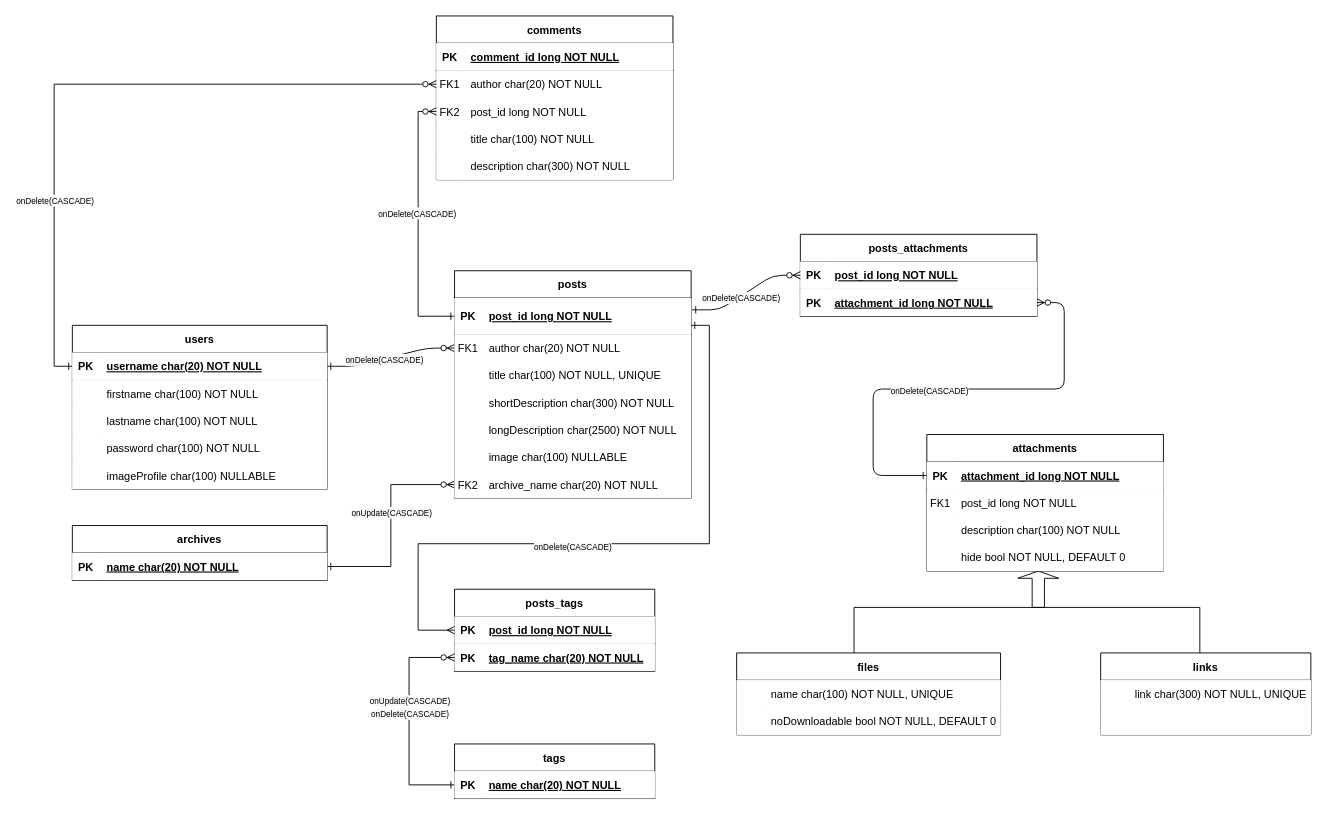
Before: Modello DB.drawio in lorenzofratini1998/ADVProgramming_Project, a draw.io diagram. Source tidied: cells renumbered, new cells numbered last; positions are measured from the earlier drawing's top-left corner, leaving out a move shared by most shapes. Both pictures are drawn from the tidied source at 91%, with x=0, y=0 at pixel (72, 15).
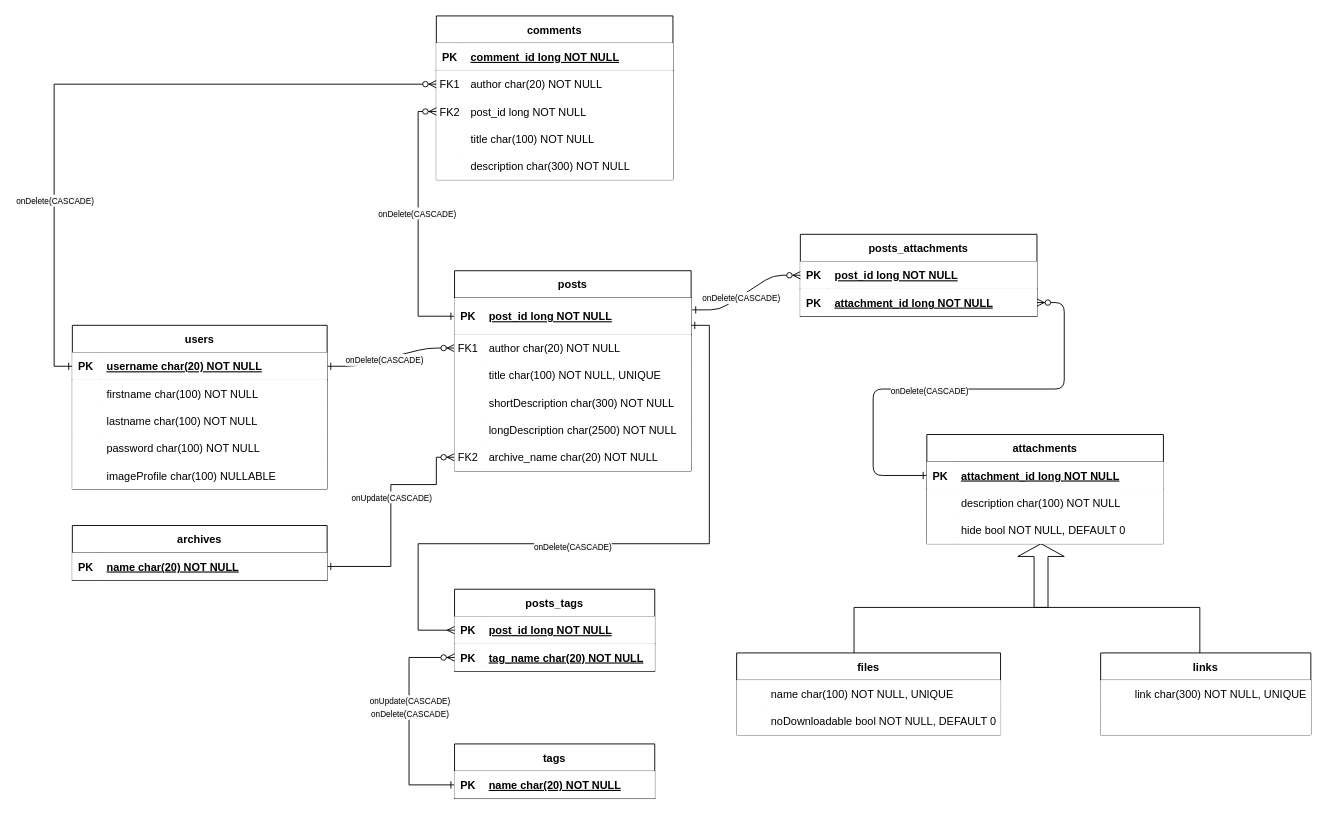
After the change.

The change refers to these unchanged cells:
```xml
<mxCell id="120" style="shape=partialRectangle;points=[[0,0.5],[1,0.5]];portConstraint=eastwest;top=0;left=0;right=0;bottom=1;" parent="119" vertex="1">
  <mxGeometry y="30" width="280" height="30" as="geometry" />
</mxCell>
```

What changed in the source:
```diff
@@
     <mxCell id="24" style="edgeStyle=orthogonalEdgeStyle;rounded=0;jettySize=auto;html=1;exitX=1;exitY=0.5;exitDx=0;exitDy=0;entryX=0;entryY=0.5;entryDx=0;entryDy=0;startArrow=ERone;startFill=0;endArrow=ERzeroToMany;endFill=1;fillColor=#FFFF33;" parent="1" edge="1" source="120" target="47">
       <mxGeometry relative="1" as="geometry">
         <Array as="points">
           <mxPoint x="350" y="605" />
           <mxPoint x="350" y="515" />
+          <mxPoint x="400" y="515" />
+          <mxPoint x="400" y="485" />
         </Array>
       </mxGeometry>
     </mxCell>
@@
     <mxCell id="26" style="shape=singleArrow;direction=north;whiteSpace=wrap;html=1;" parent="1" vertex="1">
-      <mxGeometry x="1039" y="610" width="45" height="40" as="geometry" />
+      <mxGeometry x="1039" y="580" width="51" height="70" as="geometry" />
     </mxCell>
@@
     <mxCell id="28" value="posts" style="shape=table;startSize=30;childLayout=tableLayout;rowLines=0;fontStyle=1;align=center;" parent="1" vertex="1">
-      <mxGeometry x="420" y="280" width="260" height="250" as="geometry" />
+      <mxGeometry x="420" y="280" width="260" height="220" as="geometry" />
     </mxCell>
@@
-    <mxCell id="44" style="shape=partialRectangle;top=0;left=0;right=0;bottom=0;" parent="28" vertex="1">
-      <mxGeometry y="190" width="260" height="30" as="geometry" />
-    </mxCell>
-    <mxCell id="45" style="shape=partialRectangle;overflow=hidden;top=0;left=0;bottom=0;right=0;" parent="44" vertex="1">
-      <mxGeometry width="30" height="30" as="geometry" />
-    </mxCell>
-    <mxCell id="46" value="image char(100) NULLABLE" style="shape=partialRectangle;overflow=hidden;top=0;left=0;bottom=0;right=0;align=left;spacingLeft=6;" parent="44" vertex="1">
-      <mxGeometry x="30" width="230" height="30" as="geometry" />
-    </mxCell>
     <mxCell id="47" style="shape=partialRectangle;points=[[0,0.5],[1,0.5]];portConstraint=eastwest;top=0;left=0;right=0;bottom=0;" parent="28" vertex="1">
-      <mxGeometry y="220" width="260" height="30" as="geometry" />
+      <mxGeometry y="190" width="260" height="30" as="geometry" />
     </mxCell>
@@
     <mxCell id="72" value="attachments" style="shape=table;startSize=30;childLayout=tableLayout;rowLines=0;fontStyle=1;align=center;" parent="1" vertex="1">
-      <mxGeometry x="939" y="460" width="260" height="150" as="geometry" />
+      <mxGeometry x="939" y="460" width="260" height="120" as="geometry" />
     </mxCell>
@@
-    <mxCell id="76" style="shape=partialRectangle;top=0;left=0;right=0;bottom=0;" parent="72" vertex="1">
-      <mxGeometry y="60" width="260" height="30" as="geometry" />
-    </mxCell>
-    <mxCell id="77" value="FK1" style="shape=partialRectangle;overflow=hidden;top=0;left=0;bottom=0;right=0;" parent="76" vertex="1">
-      <mxGeometry width="30" height="30" as="geometry" />
-    </mxCell>
-    <mxCell id="78" value="post_id long NOT NULL" style="shape=partialRectangle;overflow=hidden;top=0;left=0;bottom=0;right=0;align=left;spacingLeft=6;" parent="76" vertex="1">
-      <mxGeometry x="30" width="230" height="30" as="geometry" />
-    </mxCell>
     <mxCell id="79" style="shape=partialRectangle;top=0;left=0;right=0;bottom=0;" parent="72" vertex="1">
-      <mxGeometry y="90" width="260" height="30" as="geometry" />
+      <mxGeometry y="60" width="260" height="30" as="geometry" />
     </mxCell>
@@
     <mxCell id="82" style="shape=partialRectangle;top=0;left=0;right=0;bottom=0;" parent="72" vertex="1">
-      <mxGeometry y="120" width="260" height="30" as="geometry" />
+      <mxGeometry y="90" width="260" height="30" as="geometry" />
     </mxCell>
```
